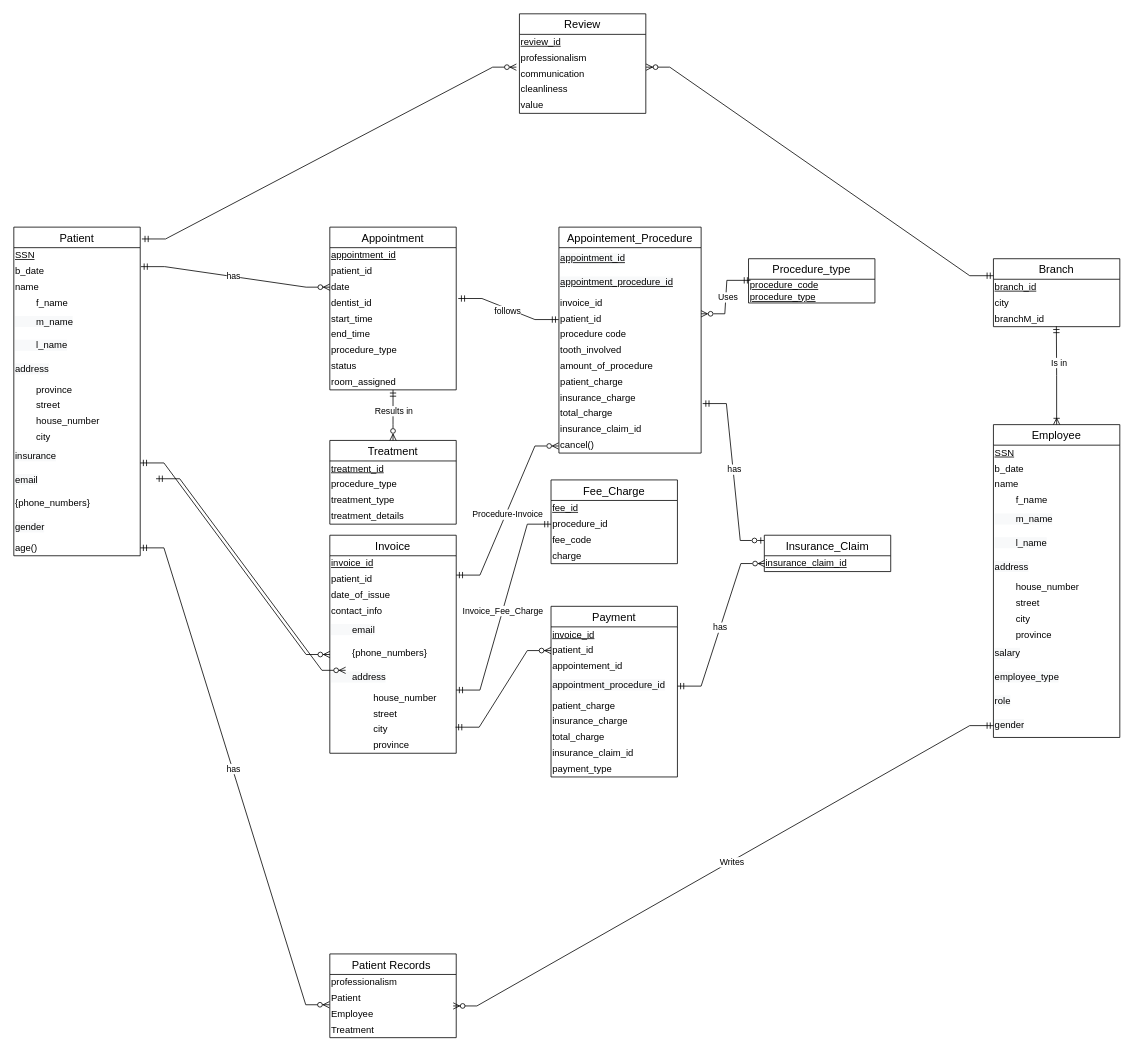
This is ER_Diagram.drawio from m9p909/CSI2132-Class-Project, a draw.io file, before an edit. Source tidied: cells renumbered, new cells numbered last; positions are measured from the earlier drawing's top-left corner, leaving out a move shared by most shapes. Both pictures are drawn from the tidied source at 79%, with x=0, y=0 at pixel (13, 13).
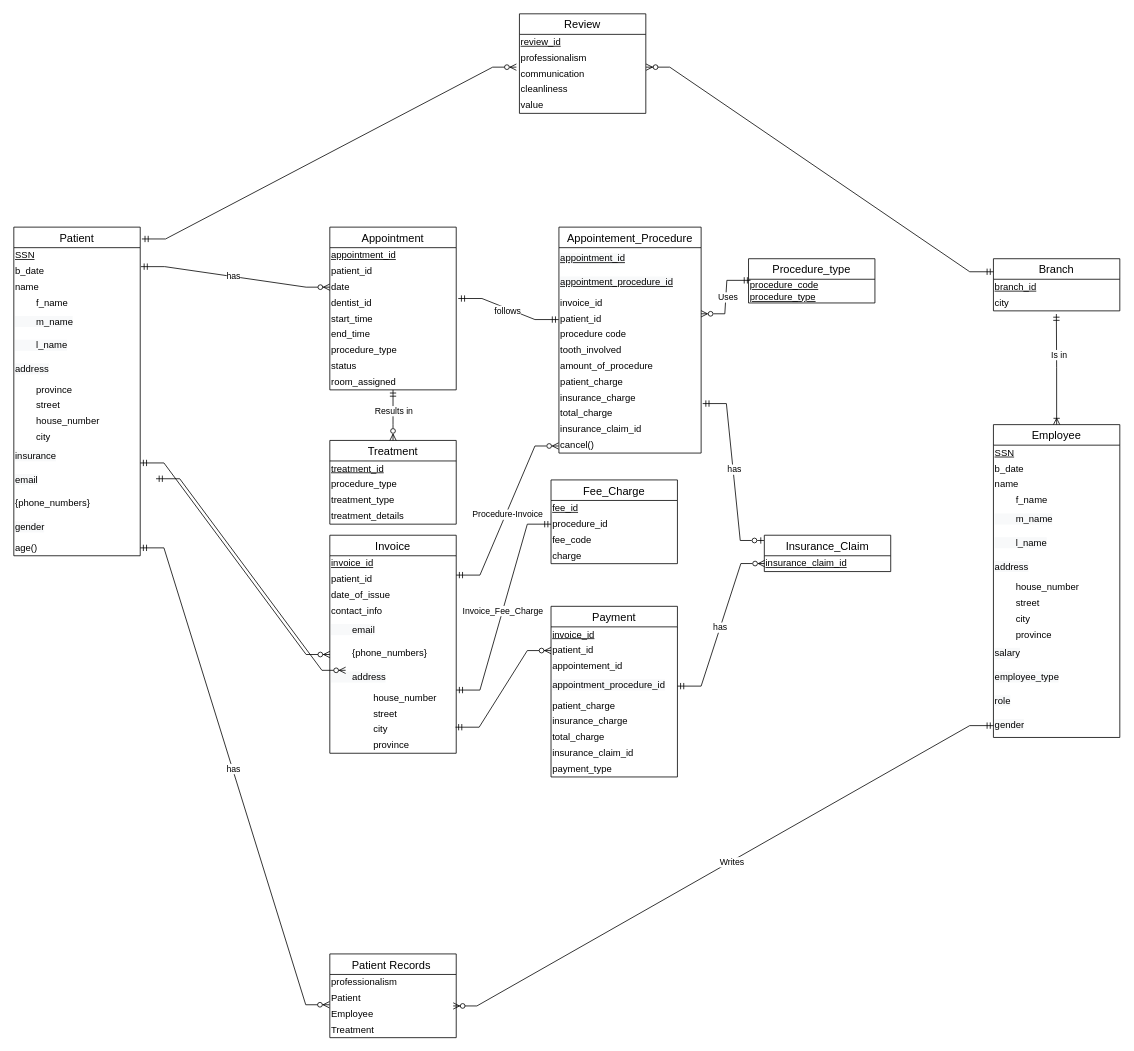
Above is the later version.

Commit message (it also covers changes not shown here):
start database schema

Unchanged cells that the change refers to:
```xml
<mxCell id="4" value="city" style="text;html=1;align=left;verticalAlign=middle;points=[];fillColor=none;strokeColor=none;rounded=0;" parent="2" vertex="1">
  <mxGeometry y="46" width="160" height="20" as="geometry" />
</mxCell>
<mxCell id="41" value="Employee" style="swimlane;fontStyle=0;horizontal=1;startSize=26;align=center;fontSize=14;" parent="1" vertex="1">
  <mxGeometry x="1240" y="520" width="160" height="396" as="geometry" />
</mxCell>
```

Diff of the diagram source:
```diff
@@
     <mxCell id="2" value="Branch" style="swimlane;fontStyle=0;horizontal=1;startSize=26;align=center;fontSize=14;" parent="1" vertex="1">
-      <mxGeometry x="1240" y="310" width="160" height="86" as="geometry" />
+      <mxGeometry x="1240" y="310" width="160" height="66" as="geometry" />
     </mxCell>
@@
-    <mxCell id="5" value="branchM_id" style="text;html=1;align=left;verticalAlign=middle;points=[];fillColor=none;strokeColor=none;rounded=0;" parent="2" vertex="1">
-      <mxGeometry y="66" width="160" height="20" as="geometry" />
-    </mxCell>
@@
-    <mxCell id="39" style="edgeStyle=orthogonalEdgeStyle;rounded=0;jettySize=auto;html=1;exitX=0.5;exitY=0;exitDx=0;exitDy=0;entryX=0.498;entryY=0.979;entryDx=0;entryDy=0;entryPerimeter=0;endArrow=ERmandOne;endFill=0;startArrow=ERoneToMany;startFill=0;" parent="1" edge="1" source="41" target="5">
+    <mxCell id="39" style="edgeStyle=orthogonalEdgeStyle;rounded=0;jettySize=auto;html=1;exitX=0.5;exitY=0;exitDx=0;exitDy=0;entryX=0.498;entryY=1.2;entryDx=0;entryDy=0;entryPerimeter=0;endArrow=ERmandOne;endFill=0;startArrow=ERoneToMany;startFill=0;" parent="1" edge="1" source="41" target="4">
       <mxGeometry relative="1" as="geometry" />
     </mxCell>
```
